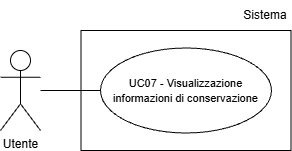
Team-Three-Technologies/Documenti keeps this draw.io diagram as assets/Use_Case_Diagrams/UC07.png. Above is the earlier version. Source tidied: cells renumbered, new cells last; positions are measured from the earlier drawing's top-left corner, leaving out a move shared by most shapes.
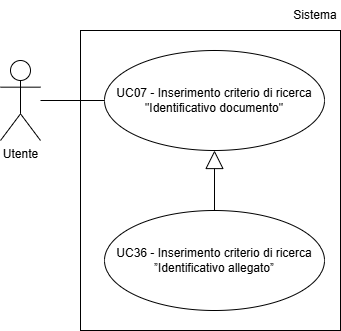
After the change.

Diff of the diagram source:
```diff
@@ -3,19 +3,27 @@
     <mxCell id="0" />
     <mxCell id="1" parent="0" />
     <mxCell id="2" value="Utente" style="shape=umlActor;verticalLabelPosition=bottom;verticalAlign=top;html=1;outlineConnect=0;" parent="1" vertex="1">
-      <mxGeometry y="50" width="40" height="80" as="geometry" />
+      <mxGeometry x="-20" y="90" width="40" height="80" as="geometry" />
     </mxCell>
-    <mxCell id="3" value="&lt;span style=&quot;font-size: 11px;&quot;&gt;UC07 - Visualizzazione informazioni di conservazione&lt;/span&gt;" style="ellipse;whiteSpace=wrap;html=1;" parent="1" vertex="1">
-      <mxGeometry x="100" y="47.5" width="171" height="85" as="geometry" />
-    </mxCell>
-    <mxCell id="4" style="endArrow=none;html=1;rounded=0;entryX=0;entryY=0.5;entryDx=0;entryDy=0;" parent="1" edge="1" source="2" target="3">
-      <mxGeometry relative="1" as="geometry" />
-    </mxCell>
-    <mxCell id="5" style="rounded=0;whiteSpace=wrap;html=1;fillColor=none;" parent="1" vertex="1">
-      <mxGeometry x="80.5" y="30" width="210" height="120" as="geometry" />
-    </mxCell>
+    <mxCell id="7" value="UC07 - Inserimento criterio di ricerca &quot;Identificativo documento&quot;" style="ellipse;whiteSpace=wrap;html=1;align=center;" parent="1" vertex="1">
+      <mxGeometry x="84" y="80" width="220" height="100" as="geometry" />
+    </mxCell>
+    <mxCell id="8" style="endArrow=none;html=1;rounded=0;entryX=0;entryY=0.5;entryDx=0;entryDy=0;" parent="1" edge="1" target="7">
+      <mxGeometry relative="1" as="geometry">
+        <mxPoint x="20" y="130" as="sourcePoint" />
+      </mxGeometry>
+    </mxCell>
+    <mxCell id="9" value="UC36 - Inserimento criterio di ricerca ”Identificativo allegato”" style="ellipse;whiteSpace=wrap;html=1;align=center;" parent="1" vertex="1">
+      <mxGeometry x="84" y="240" width="220" height="100" as="geometry" />
+    </mxCell>
+    <mxCell id="10" style="endArrow=block;endSize=16;endFill=0;html=1;rounded=0;entryX=0.5;entryY=1;entryDx=0;entryDy=0;exitX=0.5;exitY=0;exitDx=0;exitDy=0;" parent="1" edge="1" source="9" target="7">
+      <mxGeometry relative="1" as="geometry" />
+    </mxCell>
+    <mxCell id="11" style="rounded=0;whiteSpace=wrap;html=1;fillColor=none;" parent="1" vertex="1">
+      <mxGeometry x="60" y="60" width="260" height="300" as="geometry" />
+    </mxCell>
     <mxCell id="6" value="Sistema" style="text;html=1;whiteSpace=wrap;strokeColor=none;fillColor=none;align=center;verticalAlign=middle;rounded=0;" parent="1" vertex="1">
-      <mxGeometry x="240" width="50" height="30" as="geometry" />
+      <mxGeometry x="270" y="30" width="50" height="30" as="geometry" />
     </mxCell>
   </root>
 </mxGraphModel>
```
